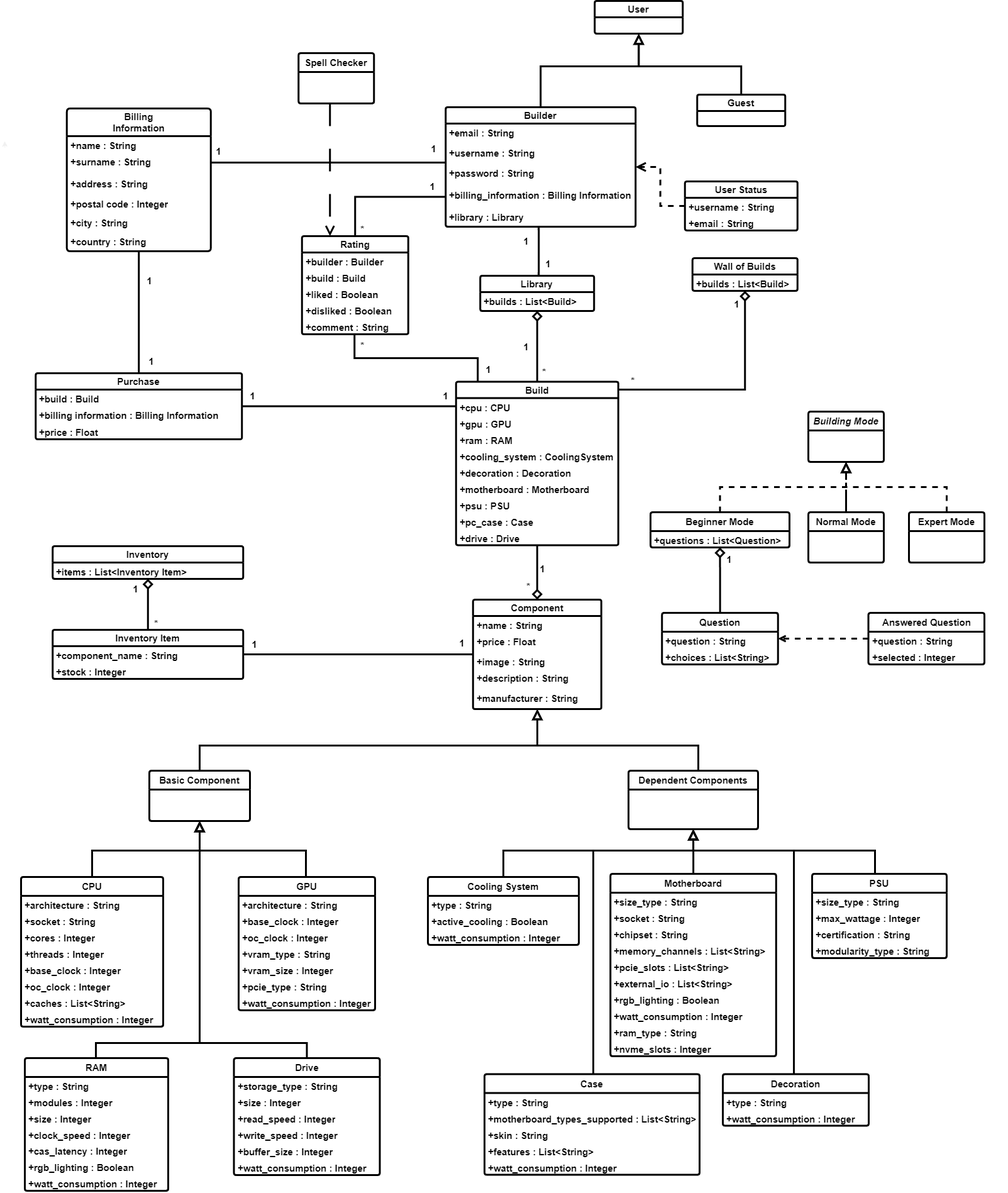
This is Report Files/4ο Παραδοτέο/Domain Model v1.0/Domain_Model_v1.0.png from mpapasterg/click-n-build, a draw.io export, as it was before one commit. Source tidied: cells renumbered, new cells last; positions are measured from the earlier drawing's top-left corner, leaving out a move shared by most shapes.
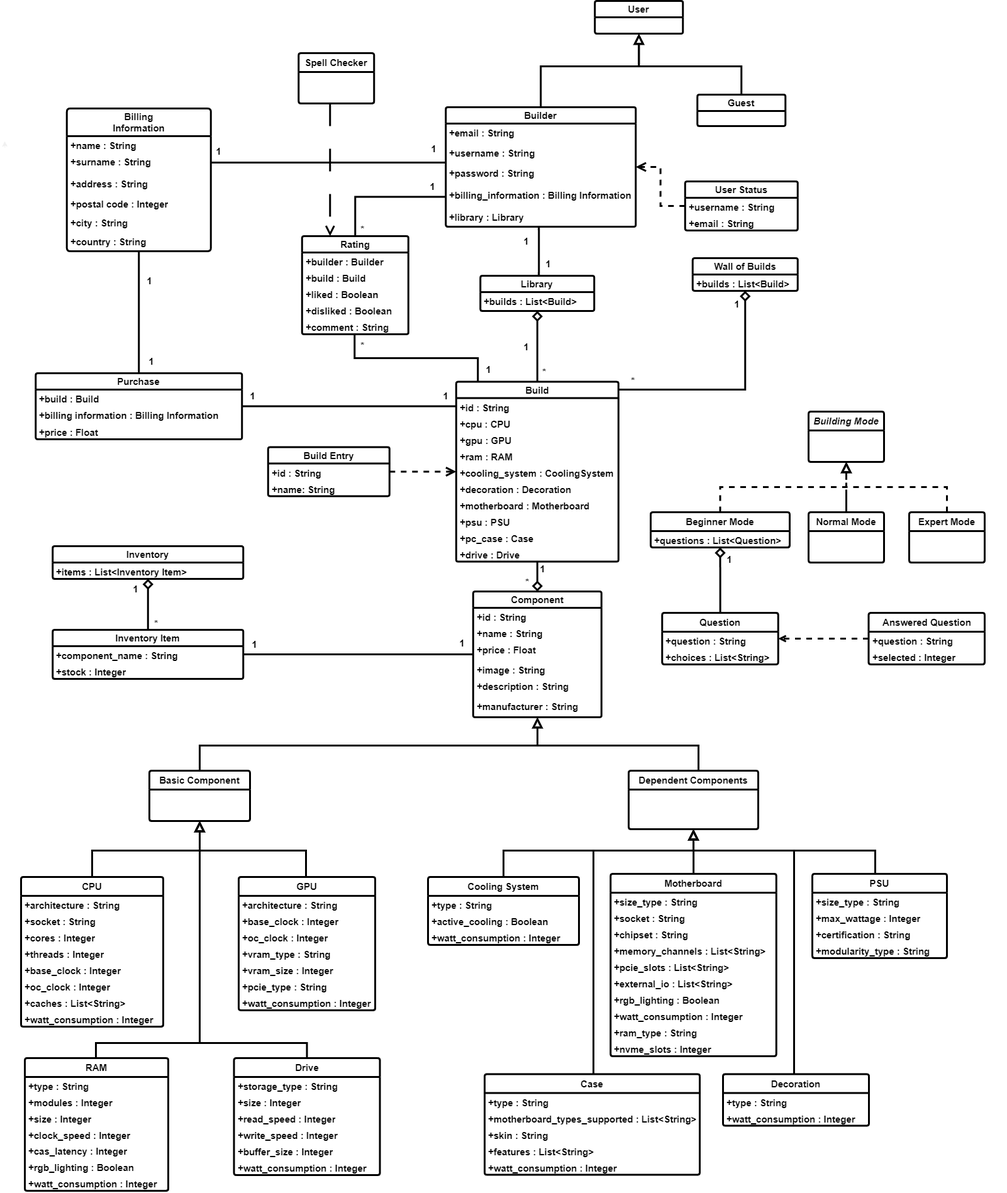
After the change.

The edit, as a diff of the source:
```diff
@@ -127,55 +127,61 @@
       </mxGeometry>
     </mxCell>
     <mxCell id="31" value="Build" style="swimlane;fontStyle=1;horizontal=1;startSize=26;fillColor=none;whiteSpace=wrap;html=1;rounded=1;shadow=0;dashed=0;strokeColor=#000000;strokeWidth=3;align=center;verticalAlign=middle;arcSize=4;fontFamily=Helvetica;fontSize=15;fontColor=#000000;labelBorderColor=none;labelBackgroundColor=none;textShadow=0;" parent="1" vertex="1">
-      <mxGeometry x="717.8" y="605.5" width="258" height="260" as="geometry" />
+      <mxGeometry x="717.8" y="605.5" width="258" height="286" as="geometry" />
     </mxCell>
+    <mxCell id="185" value="+id : String" style="text;strokeColor=none;fillColor=none;align=left;verticalAlign=top;spacingLeft=4;spacingRight=4;overflow=hidden;whiteSpace=wrap;html=1;fontFamily=Helvetica;fontSize=15;fontColor=#000000;fontStyle=1;labelBorderColor=none;labelBackgroundColor=none;textShadow=0;" parent="31" vertex="1">
+      <mxGeometry y="26" width="258" height="26" as="geometry" />
+    </mxCell>
     <mxCell id="32" value="+cpu : CPU" style="text;strokeColor=none;fillColor=none;align=left;verticalAlign=top;spacingLeft=4;spacingRight=4;overflow=hidden;whiteSpace=wrap;html=1;fontFamily=Helvetica;fontSize=15;fontColor=#000000;fontStyle=1;labelBorderColor=none;labelBackgroundColor=none;textShadow=0;" parent="31" vertex="1">
-      <mxGeometry y="26" width="258" height="26" as="geometry" />
+      <mxGeometry y="52" width="258" height="26" as="geometry" />
     </mxCell>
     <mxCell id="33" value="+gpu : GPU" style="text;strokeColor=none;fillColor=none;align=left;verticalAlign=top;spacingLeft=4;spacingRight=4;overflow=hidden;whiteSpace=wrap;html=1;fontFamily=Helvetica;fontSize=15;fontColor=#000000;fontStyle=1;labelBorderColor=none;labelBackgroundColor=none;textShadow=0;" parent="31" vertex="1">
-      <mxGeometry y="52" width="258" height="26" as="geometry" />
+      <mxGeometry y="78" width="258" height="26" as="geometry" />
     </mxCell>
     <mxCell id="34" value="+ram : RAM" style="text;strokeColor=none;fillColor=none;align=left;verticalAlign=top;spacingLeft=4;spacingRight=4;overflow=hidden;whiteSpace=wrap;html=1;fontFamily=Helvetica;fontSize=15;fontColor=#000000;fontStyle=1;labelBorderColor=none;labelBackgroundColor=none;textShadow=0;" parent="31" vertex="1">
-      <mxGeometry y="78" width="258" height="26" as="geometry" />
+      <mxGeometry y="104" width="258" height="26" as="geometry" />
     </mxCell>
     <mxCell id="35" value="+cooling_system : CoolingSystem" style="text;strokeColor=none;fillColor=none;align=left;verticalAlign=top;spacingLeft=4;spacingRight=4;overflow=hidden;whiteSpace=wrap;html=1;fontFamily=Helvetica;fontSize=15;fontColor=#000000;fontStyle=1;labelBorderColor=none;labelBackgroundColor=none;textShadow=0;" parent="31" vertex="1">
-      <mxGeometry y="104" width="258" height="26" as="geometry" />
+      <mxGeometry y="130" width="258" height="26" as="geometry" />
     </mxCell>
     <mxCell id="36" value="+decoration : Decoration" style="text;strokeColor=none;fillColor=none;align=left;verticalAlign=top;spacingLeft=4;spacingRight=4;overflow=hidden;whiteSpace=wrap;html=1;fontFamily=Helvetica;fontSize=15;fontColor=#000000;fontStyle=1;labelBorderColor=none;labelBackgroundColor=none;textShadow=0;" parent="31" vertex="1">
-      <mxGeometry y="130" width="258" height="26" as="geometry" />
+      <mxGeometry y="156" width="258" height="26" as="geometry" />
     </mxCell>
     <mxCell id="37" value="+motherboard : Motherboard" style="text;strokeColor=none;fillColor=none;align=left;verticalAlign=top;spacingLeft=4;spacingRight=4;overflow=hidden;whiteSpace=wrap;html=1;fontFamily=Helvetica;fontSize=15;fontColor=#000000;fontStyle=1;labelBorderColor=none;labelBackgroundColor=none;textShadow=0;" parent="31" vertex="1">
-      <mxGeometry y="156" width="258" height="26" as="geometry" />
+      <mxGeometry y="182" width="258" height="26" as="geometry" />
     </mxCell>
     <mxCell id="38" value="+psu : PSU" style="text;strokeColor=none;fillColor=none;align=left;verticalAlign=top;spacingLeft=4;spacingRight=4;overflow=hidden;whiteSpace=wrap;html=1;fontFamily=Helvetica;fontSize=15;fontColor=#000000;fontStyle=1;labelBorderColor=none;labelBackgroundColor=none;textShadow=0;" parent="31" vertex="1">
-      <mxGeometry y="182" width="258" height="26" as="geometry" />
+      <mxGeometry y="208" width="258" height="26" as="geometry" />
     </mxCell>
     <mxCell id="39" value="+pc_case : Case" style="text;strokeColor=none;fillColor=none;align=left;verticalAlign=top;spacingLeft=4;spacingRight=4;overflow=hidden;whiteSpace=wrap;html=1;fontFamily=Helvetica;fontSize=15;fontColor=#000000;fontStyle=1;labelBorderColor=none;labelBackgroundColor=none;textShadow=0;" parent="31" vertex="1">
-      <mxGeometry y="208" width="258" height="26" as="geometry" />
+      <mxGeometry y="234" width="258" height="26" as="geometry" />
     </mxCell>
     <mxCell id="40" value="+drive : Drive" style="text;strokeColor=none;fillColor=none;align=left;verticalAlign=top;spacingLeft=4;spacingRight=4;overflow=hidden;whiteSpace=wrap;html=1;fontFamily=Helvetica;fontSize=15;fontColor=#000000;fontStyle=1;labelBorderColor=none;labelBackgroundColor=none;textShadow=0;" parent="31" vertex="1">
-      <mxGeometry y="234" width="258" height="26" as="geometry" />
+      <mxGeometry y="260" width="258" height="26" as="geometry" />
     </mxCell>
     <mxCell id="41" style="edgeStyle=orthogonalEdgeStyle;rounded=0;jettySize=auto;html=1;strokeWidth=3;strokeColor=#000000;endArrow=diamond;endFill=0;endSize=10;textShadow=0;" parent="1" edge="1" source="31" target="42">
       <mxGeometry relative="1" as="geometry" />
     </mxCell>
     <mxCell id="42" value="Component" style="swimlane;fontStyle=1;horizontal=1;startSize=26;fillColor=none;whiteSpace=wrap;html=1;rounded=1;shadow=0;dashed=0;strokeColor=#000000;strokeWidth=3;align=center;verticalAlign=middle;arcSize=4;fontFamily=Helvetica;fontSize=15;fontColor=#000000;labelBorderColor=none;labelBackgroundColor=none;textShadow=0;" parent="1" vertex="1">
-      <mxGeometry x="744.8" y="952" width="204" height="174" as="geometry" />
+      <mxGeometry x="744.8" y="939" width="204" height="200" as="geometry" />
     </mxCell>
+    <mxCell id="186" value="+id : String" style="text;strokeColor=none;fillColor=none;align=left;verticalAlign=top;spacingLeft=4;spacingRight=4;overflow=hidden;whiteSpace=wrap;html=1;fontFamily=Helvetica;fontSize=15;fontColor=#000000;fontStyle=1;labelBorderColor=none;labelBackgroundColor=none;textShadow=0;" parent="42" vertex="1">
+      <mxGeometry y="26" width="204" height="26" as="geometry" />
+    </mxCell>
     <mxCell id="43" value="+name : String" style="text;strokeColor=none;fillColor=none;align=left;verticalAlign=top;spacingLeft=4;spacingRight=4;overflow=hidden;whiteSpace=wrap;html=1;fontFamily=Helvetica;fontSize=15;fontColor=#000000;fontStyle=1;labelBorderColor=none;labelBackgroundColor=none;textShadow=0;" parent="42" vertex="1">
-      <mxGeometry y="26" width="204" height="26" as="geometry" />
+      <mxGeometry y="52" width="204" height="26" as="geometry" />
     </mxCell>
     <mxCell id="44" value="+price : Float" style="text;strokeColor=none;fillColor=none;align=left;verticalAlign=top;spacingLeft=4;spacingRight=4;overflow=hidden;whiteSpace=wrap;html=1;fontFamily=Helvetica;fontSize=15;fontColor=#000000;fontStyle=1;labelBorderColor=none;labelBackgroundColor=none;textShadow=0;" parent="42" vertex="1">
-      <mxGeometry y="52" width="204" height="32" as="geometry" />
+      <mxGeometry y="78" width="204" height="32" as="geometry" />
     </mxCell>
     <mxCell id="45" value="+image : String" style="text;strokeColor=none;fillColor=none;align=left;verticalAlign=top;spacingLeft=4;spacingRight=4;overflow=hidden;whiteSpace=wrap;html=1;fontFamily=Helvetica;fontSize=15;fontColor=#000000;fontStyle=1;labelBorderColor=none;labelBackgroundColor=none;textShadow=0;" parent="42" vertex="1">
-      <mxGeometry y="84" width="204" height="26" as="geometry" />
+      <mxGeometry y="110" width="204" height="26" as="geometry" />
     </mxCell>
     <mxCell id="46" value="+description : String" style="text;strokeColor=none;fillColor=none;align=left;verticalAlign=top;spacingLeft=4;spacingRight=4;overflow=hidden;whiteSpace=wrap;html=1;fontFamily=Helvetica;fontSize=15;fontColor=#000000;fontStyle=1;labelBorderColor=none;labelBackgroundColor=none;textShadow=0;" parent="42" vertex="1">
-      <mxGeometry y="110" width="204" height="32" as="geometry" />
+      <mxGeometry y="136" width="204" height="32" as="geometry" />
     </mxCell>
     <mxCell id="47" value="+manufacturer : String" style="text;strokeColor=none;fillColor=none;align=left;verticalAlign=top;spacingLeft=4;spacingRight=4;overflow=hidden;whiteSpace=wrap;html=1;fontFamily=Helvetica;fontSize=15;fontColor=#000000;fontStyle=1;labelBorderColor=none;labelBackgroundColor=none;textShadow=0;" parent="42" vertex="1">
-      <mxGeometry y="142" width="204" height="32" as="geometry" />
+      <mxGeometry y="168" width="204" height="32" as="geometry" />
     </mxCell>
     <mxCell id="48" style="edgeStyle=orthogonalEdgeStyle;rounded=0;jettySize=auto;html=1;endArrow=block;endFill=0;endSize=10;strokeColor=#000000;strokeWidth=3;textShadow=0;" parent="1" edge="1" source="49" target="166">
       <mxGeometry relative="1" as="geometry">
@@ -653,7 +659,7 @@
       <mxGeometry x="992" y="1224" width="206" height="93" as="geometry" />
     </mxCell>
     <mxCell id="169" value="*" style="edgeLabel;html=1;align=center;verticalAlign=middle;fontSize=15;labelBackgroundColor=none;textShadow=0;labelBorderColor=none;fontColor=#000000;fontStyle=1;" parent="1" vertex="1">
-      <mxGeometry x="1595" y="1011" as="geometry">
+      <mxGeometry x="1593" y="1004" as="geometry">
         <mxPoint x="-763" y="-80" as="offset" />
       </mxGeometry>
     </mxCell>
@@ -708,5 +714,17 @@
     <mxCell id="184" value="+email : String" style="text;strokeColor=none;fillColor=none;align=left;verticalAlign=top;spacingLeft=4;spacingRight=4;overflow=hidden;whiteSpace=wrap;html=1;fontFamily=Helvetica;fontSize=15;fontColor=#000000;fontStyle=1;labelBorderColor=none;labelBackgroundColor=none;textShadow=0;" parent="182" vertex="1">
       <mxGeometry y="52" width="179" height="26" as="geometry" />
     </mxCell>
+    <mxCell id="187" style="edgeStyle=orthogonalEdgeStyle;rounded=0;jettySize=auto;html=1;dashed=1;strokeWidth=3;endArrow=open;endFill=0;endSize=10;strokeColor=#000000;" parent="1" edge="1" source="188" target="31">
+      <mxGeometry relative="1" as="geometry" />
+    </mxCell>
+    <mxCell id="188" value="Build Entry" style="swimlane;fontStyle=1;horizontal=1;startSize=26;fillColor=none;whiteSpace=wrap;html=1;rounded=1;shadow=0;dashed=0;strokeColor=#000000;strokeWidth=3;align=center;verticalAlign=middle;arcSize=4;fontFamily=Helvetica;fontSize=15;fontColor=#000000;labelBorderColor=none;labelBackgroundColor=none;textShadow=0;" parent="1" vertex="1">
+      <mxGeometry x="418.8" y="709.5" width="193" height="78" as="geometry" />
+    </mxCell>
+    <mxCell id="189" value="+id : String" style="text;strokeColor=none;fillColor=none;align=left;verticalAlign=top;spacingLeft=4;spacingRight=4;overflow=hidden;whiteSpace=wrap;html=1;fontFamily=Helvetica;fontSize=15;fontColor=#000000;fontStyle=1;labelBorderColor=none;labelBackgroundColor=none;textShadow=0;" parent="188" vertex="1">
+      <mxGeometry y="26" width="193" height="26" as="geometry" />
+    </mxCell>
+    <mxCell id="190" value="+name: String" style="text;strokeColor=none;fillColor=none;align=left;verticalAlign=top;spacingLeft=4;spacingRight=4;overflow=hidden;whiteSpace=wrap;html=1;fontFamily=Helvetica;fontSize=15;fontColor=#000000;fontStyle=1;labelBorderColor=none;labelBackgroundColor=none;textShadow=0;" parent="188" vertex="1">
+      <mxGeometry y="52" width="193" height="26" as="geometry" />
+    </mxCell>
   </root>
 </mxGraphModel>
```
